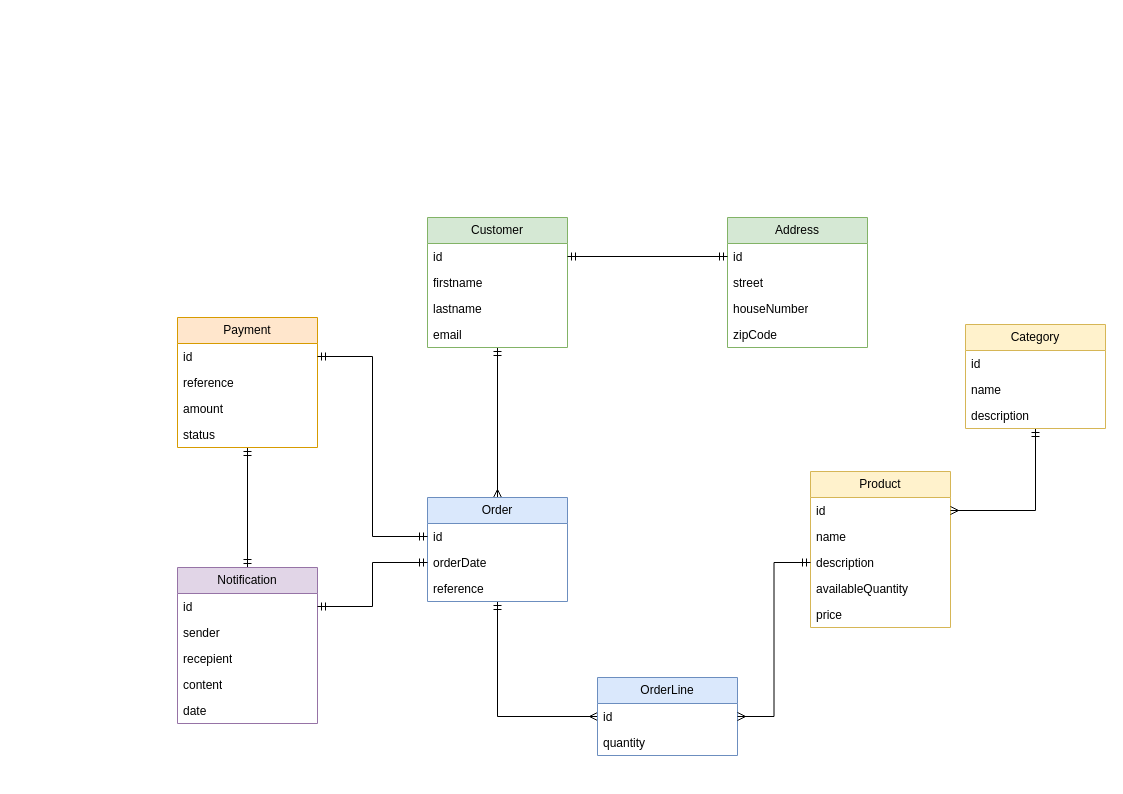
Above: page "Entity-relation" (2 of 5) of images/microservices.drawio in ngaridennis33/E-Commerce-Micro-services (draw.io), before the change. Source tidied: cells renumbered, new cells numbered last; positions are measured from the earlier drawing's top-left corner, leaving out a move shared by most shapes. Both pictures are drawn from the tidied source at 100%, with x=0, y=0 at pixel (177, 217).
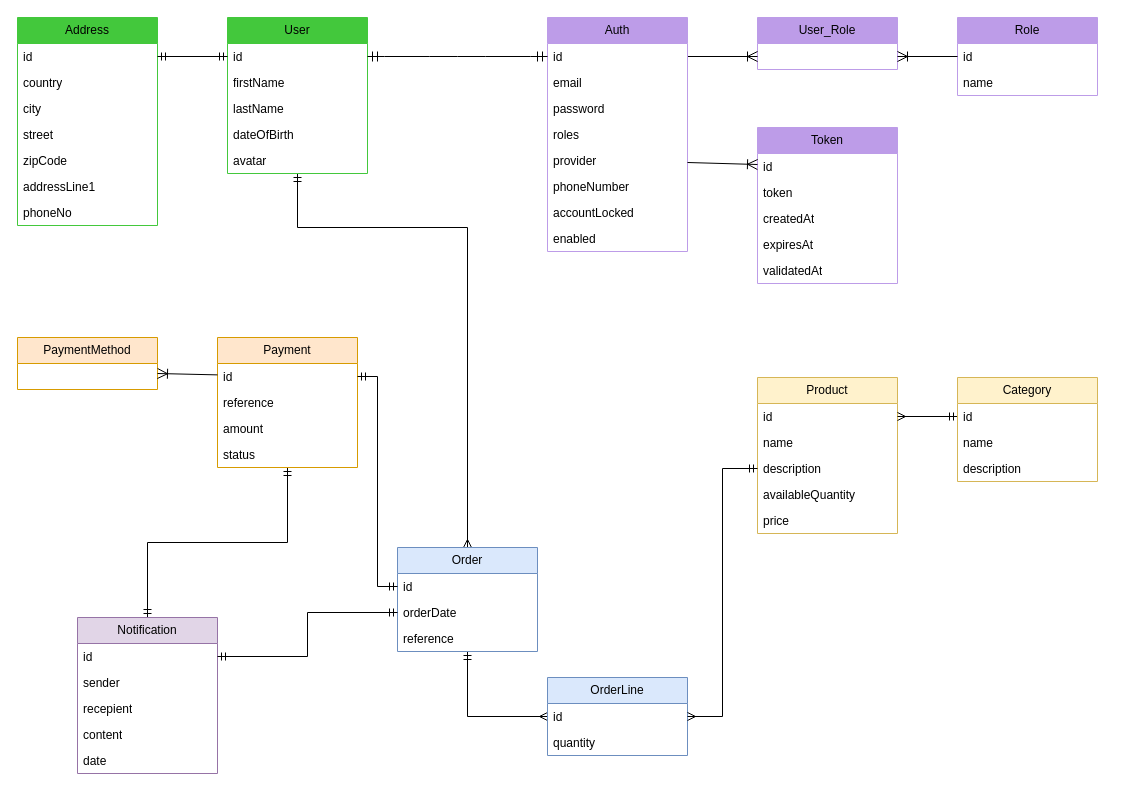
The same diagram, later.

The change refers to these unchanged cells:
```xml
<mxCell id="4" value="id" style="text;strokeColor=none;fillColor=none;align=left;verticalAlign=top;spacingLeft=4;spacingRight=4;overflow=hidden;points=[[0,0.5],[1,0.5]];portConstraint=eastwest;whiteSpace=wrap;html=1;" parent="3" vertex="1">
  <mxGeometry y="26" width="140" height="26" as="geometry" />
</mxCell>
<mxCell id="11" value="orderDate" style="text;strokeColor=none;fillColor=none;align=left;verticalAlign=top;spacingLeft=4;spacingRight=4;overflow=hidden;points=[[0,0.5],[1,0.5]];portConstraint=eastwest;whiteSpace=wrap;html=1;" parent="9" vertex="1">
  <mxGeometry y="52" width="140" height="26" as="geometry" />
</mxCell>
<mxCell id="14" value="id" style="text;strokeColor=none;fillColor=none;align=left;verticalAlign=top;spacingLeft=4;spacingRight=4;overflow=hidden;points=[[0,0.5],[1,0.5]];portConstraint=eastwest;whiteSpace=wrap;html=1;" parent="13" vertex="1">
  <mxGeometry y="26" width="140" height="26" as="geometry" />
</mxCell>
<mxCell id="21" value="id" style="text;strokeColor=none;fillColor=none;align=left;verticalAlign=top;spacingLeft=4;spacingRight=4;overflow=hidden;points=[[0,0.5],[1,0.5]];portConstraint=eastwest;whiteSpace=wrap;html=1;" parent="20" vertex="1">
  <mxGeometry y="26" width="140" height="26" as="geometry" />
</mxCell>
<mxCell id="29" value="id" style="text;strokeColor=none;fillColor=none;align=left;verticalAlign=top;spacingLeft=4;spacingRight=4;overflow=hidden;points=[[0,0.5],[1,0.5]];portConstraint=eastwest;whiteSpace=wrap;html=1;" parent="28" vertex="1">
  <mxGeometry y="26" width="140" height="26" as="geometry" />
</mxCell>
<mxCell id="38" value="id" style="text;strokeColor=none;fillColor=none;align=left;verticalAlign=top;spacingLeft=4;spacingRight=4;overflow=hidden;points=[[0,0.5],[1,0.5]];portConstraint=eastwest;whiteSpace=wrap;html=1;" parent="37" vertex="1">
  <mxGeometry y="26" width="140" height="26" as="geometry" />
</mxCell>
<mxCell id="42" value="id" style="text;strokeColor=none;fillColor=none;align=left;verticalAlign=top;spacingLeft=4;spacingRight=4;overflow=hidden;points=[[0,0.5],[1,0.5]];portConstraint=eastwest;whiteSpace=wrap;html=1;" parent="41" vertex="1">
  <mxGeometry y="26" width="140" height="26" as="geometry" />
</mxCell>
```

Change to the diagram source:
```diff
@@
     <mxCell id="2" style="edgeStyle=orthogonalEdgeStyle;rounded=0;jettySize=auto;html=1;entryX=0.5;entryY=0;entryDx=0;entryDy=0;endArrow=ERmany;endFill=0;startArrow=ERmandOne;startFill=0;" parent="1" edge="1" source="3" target="9">
-      <mxGeometry relative="1" as="geometry" />
+      <mxGeometry relative="1" as="geometry">
+        <Array as="points">
+          <mxPoint x="290" y="10" />
+        </Array>
+      </mxGeometry>
     </mxCell>
-    <mxCell id="3" value="Customer" style="swimlane;fontStyle=0;horizontal=1;startSize=26;fillColor=#d5e8d4;whiteSpace=wrap;html=1;strokeColor=#82b366;" parent="1" vertex="1">
-      <mxGeometry x="250" width="140" height="130" as="geometry" />
+    <mxCell id="3" value="User" style="swimlane;fontStyle=0;horizontal=1;startSize=26;fillColor=#43c83c;whiteSpace=wrap;html=1;strokeColor=#43c83c;" parent="1" vertex="1">
+      <mxGeometry x="50" y="-200" width="140" height="156" as="geometry" />
     </mxCell>
@@
-    <mxCell id="5" value="firstname" style="text;strokeColor=none;fillColor=none;align=left;verticalAlign=top;spacingLeft=4;spacingRight=4;overflow=hidden;whiteSpace=wrap;html=1;" parent="3" vertex="1">
+    <mxCell id="5" value="firstName&lt;br&gt;&lt;br&gt;&lt;br&gt;&lt;div&gt;&lt;br&gt;&lt;/div&gt;" style="text;strokeColor=none;fillColor=none;align=left;verticalAlign=top;spacingLeft=4;spacingRight=4;overflow=hidden;whiteSpace=wrap;html=1;" parent="3" vertex="1">
       <mxGeometry y="52" width="140" height="26" as="geometry" />
     </mxCell>
-    <mxCell id="6" value="lastname" style="text;strokeColor=none;fillColor=none;align=left;verticalAlign=top;spacingLeft=4;spacingRight=4;overflow=hidden;whiteSpace=wrap;html=1;" parent="3" vertex="1">
+    <mxCell id="6" value="lastName" style="text;strokeColor=none;fillColor=none;align=left;verticalAlign=top;spacingLeft=4;spacingRight=4;overflow=hidden;whiteSpace=wrap;html=1;" parent="3" vertex="1">
       <mxGeometry y="78" width="140" height="26" as="geometry" />
     </mxCell>
-    <mxCell id="7" value="email" style="text;strokeColor=none;fillColor=none;align=left;verticalAlign=top;spacingLeft=4;spacingRight=4;overflow=hidden;whiteSpace=wrap;html=1;" parent="3" vertex="1">
-      <mxGeometry y="104" width="140" height="26" as="geometry" />
-    </mxCell>
+    <mxCell id="48" value="dateOfBirth" style="text;strokeColor=none;fillColor=none;align=left;verticalAlign=top;spacingLeft=4;spacingRight=4;overflow=hidden;whiteSpace=wrap;html=1;" parent="3" vertex="1">
+      <mxGeometry y="104" width="140" height="26" as="geometry" />
+    </mxCell>
+    <mxCell id="49" value="avatar" style="text;strokeColor=none;fillColor=none;align=left;verticalAlign=top;spacingLeft=4;spacingRight=4;overflow=hidden;whiteSpace=wrap;html=1;" parent="3" vertex="1">
+      <mxGeometry y="130" width="140" height="26" as="geometry" />
+    </mxCell>
@@
     <mxCell id="9" value="Order" style="swimlane;fontStyle=0;horizontal=1;startSize=26;fillColor=#dae8fc;whiteSpace=wrap;html=1;strokeColor=#6c8ebf;" parent="1" vertex="1">
-      <mxGeometry x="250" y="280" width="140" height="104" as="geometry" />
+      <mxGeometry x="220" y="330" width="140" height="104" as="geometry" />
     </mxCell>
@@
     <mxCell id="13" value="Product" style="swimlane;fontStyle=0;horizontal=1;startSize=26;fillColor=#fff2cc;whiteSpace=wrap;html=1;strokeColor=#d6b656;" parent="1" vertex="1">
-      <mxGeometry x="633" y="254" width="140" height="156" as="geometry" />
+      <mxGeometry x="580" y="160" width="140" height="156" as="geometry" />
     </mxCell>
@@
     <mxCell id="20" value="Payment" style="swimlane;fontStyle=0;horizontal=1;startSize=26;fillColor=#ffe6cc;whiteSpace=wrap;html=1;strokeColor=#d79b00;" parent="1" vertex="1">
-      <mxGeometry y="100" width="140" height="130" as="geometry" />
+      <mxGeometry x="40" y="120" width="140" height="130" as="geometry" />
     </mxCell>
@@
     <mxCell id="25" value="OrderLine" style="swimlane;fontStyle=0;horizontal=1;startSize=26;fillColor=#dae8fc;whiteSpace=wrap;html=1;strokeColor=#6c8ebf;" parent="1" vertex="1">
-      <mxGeometry x="420" y="460" width="140" height="78" as="geometry" />
+      <mxGeometry x="370" y="460" width="140" height="78" as="geometry" />
     </mxCell>
@@
     <mxCell id="28" value="Notification" style="swimlane;fontStyle=0;horizontal=1;startSize=26;fillColor=#e1d5e7;whiteSpace=wrap;html=1;strokeColor=#9673a6;" parent="1" vertex="1">
-      <mxGeometry y="350" width="140" height="156" as="geometry" />
+      <mxGeometry x="-100" y="400" width="140" height="156" as="geometry" />
     </mxCell>
@@
-    <mxCell id="36" style="edgeStyle=orthogonalEdgeStyle;rounded=0;jettySize=auto;html=1;entryX=1;entryY=0.5;entryDx=0;entryDy=0;endArrow=ERmany;endFill=0;startArrow=ERmandOne;startFill=0;" parent="1" edge="1" source="37" target="14">
+    <mxCell id="36" style="edgeStyle=orthogonalEdgeStyle;rounded=0;jettySize=auto;html=1;endArrow=ERmany;endFill=0;startArrow=ERmandOne;startFill=0;" parent="1" edge="1" source="38" target="14">
       <mxGeometry relative="1" as="geometry" />
     </mxCell>
     <mxCell id="37" value="Category" style="swimlane;fontStyle=0;horizontal=1;startSize=26;fillColor=#fff2cc;whiteSpace=wrap;html=1;strokeColor=#d6b656;" parent="1" vertex="1">
-      <mxGeometry x="788" y="107" width="140" height="104" as="geometry" />
+      <mxGeometry x="780" y="160" width="140" height="104" as="geometry" />
     </mxCell>
@@
-    <mxCell id="41" value="Address" style="swimlane;fontStyle=0;horizontal=1;startSize=26;fillColor=#d5e8d4;whiteSpace=wrap;html=1;strokeColor=#82b366;" parent="1" vertex="1">
-      <mxGeometry x="550" width="140" height="130" as="geometry" />
+    <mxCell id="41" value="Role" style="swimlane;fontStyle=0;horizontal=1;startSize=26;fillColor=#bd9ce8;whiteSpace=wrap;html=1;strokeColor=#bd9ce8;" parent="1" vertex="1">
+      <mxGeometry x="780" y="-200" width="140" height="78" as="geometry" />
     </mxCell>
@@
+    <mxCell id="45" value="name" style="text;strokeColor=none;fillColor=none;align=left;verticalAlign=top;spacingLeft=4;spacingRight=4;overflow=hidden;whiteSpace=wrap;html=1;" parent="41" vertex="1">
+      <mxGeometry y="52" width="140" height="26" as="geometry" />
+    </mxCell>
+    <mxCell id="47" style="edgeStyle=orthogonalEdgeStyle;rounded=0;jettySize=auto;html=1;entryX=1;entryY=0.5;entryDx=0;entryDy=0;exitX=0;exitY=0.5;exitDx=0;exitDy=0;endArrow=ERmandOne;endFill=0;startArrow=ERmandOne;startFill=0;" parent="1" edge="1" source="11" target="29">
+      <mxGeometry relative="1" as="geometry" />
+    </mxCell>
+    <mxCell id="50" value="Address" style="swimlane;fontStyle=0;horizontal=1;startSize=26;fillColor=#43c83c;whiteSpace=wrap;html=1;strokeColor=#43c83c;" parent="1" vertex="1">
+      <mxGeometry x="-160" y="-200" width="140" height="208" as="geometry" />
+    </mxCell>
+    <mxCell id="51" value="id" style="text;strokeColor=none;fillColor=none;align=left;verticalAlign=top;spacingLeft=4;spacingRight=4;overflow=hidden;points=[[0,0.5],[1,0.5]];portConstraint=eastwest;whiteSpace=wrap;html=1;" parent="50" vertex="1">
+      <mxGeometry y="26" width="140" height="26" as="geometry" />
+    </mxCell>
+    <mxCell id="52" value="country" style="text;strokeColor=none;fillColor=none;align=left;verticalAlign=top;spacingLeft=4;spacingRight=4;overflow=hidden;whiteSpace=wrap;html=1;" parent="50" vertex="1">
+      <mxGeometry y="52" width="140" height="26" as="geometry" />
+    </mxCell>
+    <mxCell id="53" value="city" style="text;strokeColor=none;fillColor=none;align=left;verticalAlign=top;spacingLeft=4;spacingRight=4;overflow=hidden;whiteSpace=wrap;html=1;" parent="50" vertex="1">
+      <mxGeometry y="78" width="140" height="26" as="geometry" />
+    </mxCell>
-    <mxCell id="43" value="street" style="text;strokeColor=none;fillColor=none;align=left;verticalAlign=top;spacingLeft=4;spacingRight=4;overflow=hidden;whiteSpace=wrap;html=1;" parent="41" vertex="1">
-      <mxGeometry y="52" width="140" height="26" as="geometry" />
+    <mxCell id="43" value="street" style="text;strokeColor=none;fillColor=none;align=left;verticalAlign=top;spacingLeft=4;spacingRight=4;overflow=hidden;whiteSpace=wrap;html=1;" parent="50" vertex="1">
+      <mxGeometry y="104" width="140" height="26" as="geometry" />
     </mxCell>
-    <mxCell id="44" value="houseNumber" style="text;strokeColor=none;fillColor=none;align=left;verticalAlign=top;spacingLeft=4;spacingRight=4;overflow=hidden;whiteSpace=wrap;html=1;" parent="41" vertex="1">
-      <mxGeometry y="78" width="140" height="26" as="geometry" />
-    </mxCell>
-    <mxCell id="45" value="zipCode" style="text;strokeColor=none;fillColor=none;align=left;verticalAlign=top;spacingLeft=4;spacingRight=4;overflow=hidden;whiteSpace=wrap;html=1;" parent="41" vertex="1">
-      <mxGeometry y="104" width="140" height="26" as="geometry" />
-    </mxCell>
-    <mxCell id="46" style="edgeStyle=orthogonalEdgeStyle;rounded=0;jettySize=auto;html=1;entryX=1;entryY=0.5;entryDx=0;entryDy=0;endArrow=ERmandOne;endFill=0;startArrow=ERmandOne;startFill=0;" parent="1" edge="1" source="42" target="4">
-      <mxGeometry relative="1" as="geometry" />
-    </mxCell>
-    <mxCell id="47" style="edgeStyle=orthogonalEdgeStyle;rounded=0;jettySize=auto;html=1;entryX=1;entryY=0.5;entryDx=0;entryDy=0;exitX=0;exitY=0.5;exitDx=0;exitDy=0;endArrow=ERmandOne;endFill=0;startArrow=ERmandOne;startFill=0;" parent="1" edge="1" source="11" target="29">
-      <mxGeometry relative="1" as="geometry" />
-    </mxCell>
+    <mxCell id="54" value="zipCode" style="text;strokeColor=none;fillColor=none;align=left;verticalAlign=top;spacingLeft=4;spacingRight=4;overflow=hidden;whiteSpace=wrap;html=1;" parent="50" vertex="1">
+      <mxGeometry y="130" width="140" height="26" as="geometry" />
+    </mxCell>
+    <mxCell id="55" value="addressLine1" style="text;strokeColor=none;fillColor=none;align=left;verticalAlign=top;spacingLeft=4;spacingRight=4;overflow=hidden;whiteSpace=wrap;html=1;" parent="50" vertex="1">
+      <mxGeometry y="156" width="140" height="26" as="geometry" />
+    </mxCell>
+    <mxCell id="56" value="phoneNo" style="text;strokeColor=none;fillColor=none;align=left;verticalAlign=top;spacingLeft=4;spacingRight=4;overflow=hidden;whiteSpace=wrap;html=1;" parent="50" vertex="1">
+      <mxGeometry y="182" width="140" height="26" as="geometry" />
+    </mxCell>
+    <mxCell id="57" value="User_Role" style="swimlane;fontStyle=0;horizontal=1;startSize=26;fillColor=#bd9ce8;whiteSpace=wrap;html=1;strokeColor=#bd9ce8;fontColor=default;gradientColor=none;" parent="1" vertex="1">
+      <mxGeometry x="580" y="-200" width="140" height="52" as="geometry" />
+    </mxCell>
+    <mxCell id="58" value="&amp;nbsp;" style="text;strokeColor=none;fillColor=none;align=left;verticalAlign=top;spacingLeft=4;spacingRight=4;overflow=hidden;points=[[0,0.5],[1,0.5]];portConstraint=eastwest;whiteSpace=wrap;html=1;" parent="57" vertex="1">
+      <mxGeometry y="26" width="140" height="26" as="geometry" />
+    </mxCell>
+    <mxCell id="59" style="edgeStyle=orthogonalEdgeStyle;rounded=0;jettySize=auto;html=1;endArrow=ERmandOne;endFill=0;startArrow=ERmandOne;startFill=0;" parent="1" edge="1" source="4" target="51">
+      <mxGeometry relative="1" as="geometry" />
+    </mxCell>
+    <mxCell id="60" style="fontSize=12;html=1;endArrow=ERoneToMany;rounded=0;startSize=8;endSize=8;" parent="1" edge="1" source="42" target="58">
+      <mxGeometry relative="1" as="geometry" />
+    </mxCell>
+    <mxCell id="61" style="fontSize=12;html=1;endArrow=ERoneToMany;rounded=0;startSize=8;endSize=8;" parent="1" edge="1" source="69" target="58">
+      <mxGeometry relative="1" as="geometry" />
+    </mxCell>
+    <mxCell id="62" value="Token" style="swimlane;fontStyle=0;horizontal=1;startSize=26;fillColor=#bd9ce8;whiteSpace=wrap;html=1;strokeColor=#bd9ce8;fontColor=default;" parent="1" vertex="1">
+      <mxGeometry x="580" y="-90" width="140" height="156" as="geometry" />
+    </mxCell>
+    <mxCell id="63" value="id" style="text;strokeColor=none;fillColor=none;align=left;verticalAlign=top;spacingLeft=4;spacingRight=4;overflow=hidden;points=[[0,0.5],[1,0.5]];portConstraint=eastwest;whiteSpace=wrap;html=1;" parent="62" vertex="1">
+      <mxGeometry y="26" width="140" height="26" as="geometry" />
+    </mxCell>
+    <mxCell id="64" value="token" style="text;strokeColor=none;fillColor=none;align=left;verticalAlign=top;spacingLeft=4;spacingRight=4;overflow=hidden;whiteSpace=wrap;html=1;" parent="62" vertex="1">
+      <mxGeometry y="52" width="140" height="26" as="geometry" />
+    </mxCell>
+    <mxCell id="65" value="createdAt" style="text;strokeColor=none;fillColor=none;align=left;verticalAlign=top;spacingLeft=4;spacingRight=4;overflow=hidden;whiteSpace=wrap;html=1;" parent="62" vertex="1">
+      <mxGeometry y="78" width="140" height="26" as="geometry" />
+    </mxCell>
+    <mxCell id="66" value="expiresAt" style="text;strokeColor=none;fillColor=none;align=left;verticalAlign=top;spacingLeft=4;spacingRight=4;overflow=hidden;whiteSpace=wrap;html=1;" parent="62" vertex="1">
+      <mxGeometry y="104" width="140" height="26" as="geometry" />
+    </mxCell>
+    <mxCell id="67" value="validatedAt" style="text;strokeColor=none;fillColor=none;align=left;verticalAlign=top;spacingLeft=4;spacingRight=4;overflow=hidden;whiteSpace=wrap;html=1;" parent="62" vertex="1">
+      <mxGeometry y="130" width="140" height="26" as="geometry" />
+    </mxCell>
+    <mxCell id="68" value="Auth" style="swimlane;fontStyle=0;horizontal=1;startSize=26;fillColor=#bd9ce8;whiteSpace=wrap;html=1;strokeColor=#bd9ce8;swimlaneFillColor=default;" parent="1" vertex="1">
+      <mxGeometry x="370" y="-200" width="140" height="234" as="geometry" />
+    </mxCell>
+    <mxCell id="69" value="id" style="text;strokeColor=none;fillColor=none;align=left;verticalAlign=top;spacingLeft=4;spacingRight=4;overflow=hidden;points=[[0,0.5],[1,0.5]];portConstraint=eastwest;whiteSpace=wrap;html=1;" parent="68" vertex="1">
+      <mxGeometry y="26" width="140" height="26" as="geometry" />
+    </mxCell>
+    <mxCell id="7" value="&lt;div&gt;email&lt;/div&gt;" style="text;strokeColor=none;fillColor=none;align=left;verticalAlign=top;spacingLeft=4;spacingRight=4;overflow=hidden;whiteSpace=wrap;html=1;" parent="68" vertex="1">
+      <mxGeometry y="52" width="140" height="26" as="geometry" />
+    </mxCell>
+    <mxCell id="70" value="password" style="text;strokeColor=none;fillColor=none;align=left;verticalAlign=top;spacingLeft=4;spacingRight=4;overflow=hidden;whiteSpace=wrap;html=1;" parent="68" vertex="1">
+      <mxGeometry y="78" width="140" height="26" as="geometry" />
+    </mxCell>
+    <mxCell id="71" value="roles" style="text;strokeColor=none;fillColor=none;align=left;verticalAlign=top;spacingLeft=4;spacingRight=4;overflow=hidden;whiteSpace=wrap;html=1;" parent="68" vertex="1">
+      <mxGeometry y="104" width="140" height="26" as="geometry" />
+    </mxCell>
+    <mxCell id="72" value="provider" style="text;strokeColor=none;fillColor=none;align=left;verticalAlign=top;spacingLeft=4;spacingRight=4;overflow=hidden;points=[[0,0.5],[1,0.5]];portConstraint=eastwest;whiteSpace=wrap;html=1;" parent="68" vertex="1">
+      <mxGeometry y="130" width="140" height="26" as="geometry" />
+    </mxCell>
+    <mxCell id="73" value="phoneNumber" style="text;strokeColor=none;fillColor=none;align=left;verticalAlign=top;spacingLeft=4;spacingRight=4;overflow=hidden;whiteSpace=wrap;html=1;" parent="68" vertex="1">
+      <mxGeometry y="156" width="140" height="26" as="geometry" />
+    </mxCell>
+    <mxCell id="74" value="accountLocked" style="text;strokeColor=none;fillColor=none;align=left;verticalAlign=top;spacingLeft=4;spacingRight=4;overflow=hidden;whiteSpace=wrap;html=1;" parent="68" vertex="1">
+      <mxGeometry y="182" width="140" height="26" as="geometry" />
+    </mxCell>
+    <mxCell id="75" value="enabled" style="text;strokeColor=none;fillColor=none;align=left;verticalAlign=top;spacingLeft=4;spacingRight=4;overflow=hidden;whiteSpace=wrap;html=1;" parent="68" vertex="1">
+      <mxGeometry y="208" width="140" height="26" as="geometry" />
+    </mxCell>
+    <mxCell id="76" style="edgeStyle=entityRelationEdgeStyle;fontSize=12;html=1;endArrow=ERmandOne;startArrow=ERmandOne;rounded=0;startSize=8;endSize=8;curved=1;" parent="1" edge="1" source="4" target="69">
+      <mxGeometry relative="1" as="geometry" />
+    </mxCell>
+    <mxCell id="77" style="fontSize=12;html=1;endArrow=ERoneToMany;rounded=0;startSize=8;endSize=8;" parent="1" edge="1" source="72" target="63">
+      <mxGeometry relative="1" as="geometry" />
+    </mxCell>
+    <mxCell id="78" value="PaymentMethod" style="swimlane;fontStyle=0;horizontal=1;startSize=26;fillColor=#ffe6cc;whiteSpace=wrap;html=1;strokeColor=#d79b00;" parent="1" vertex="1">
+      <mxGeometry x="-160" y="120" width="140" height="52" as="geometry" />
+    </mxCell>
+    <mxCell id="79" value="&amp;nbsp;" style="text;strokeColor=none;fillColor=none;align=left;verticalAlign=top;spacingLeft=4;spacingRight=4;overflow=hidden;points=[[0,0.5],[1,0.5]];portConstraint=eastwest;whiteSpace=wrap;html=1;" parent="78" vertex="1">
+      <mxGeometry y="26" width="140" height="26" as="geometry" />
+    </mxCell>
+    <mxCell id="80" style="fontSize=12;html=1;endArrow=ERoneToMany;rounded=0;startSize=8;endSize=8;entryX=1;entryY=0.385;entryDx=0;entryDy=0;entryPerimeter=0;" parent="1" edge="1" source="21" target="79">
+      <mxGeometry relative="1" as="geometry" />
+    </mxCell>
```
